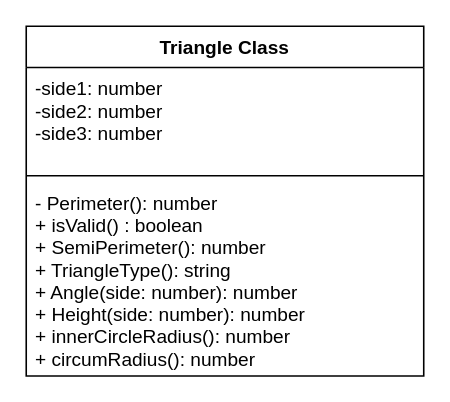
Before: Triangle.drawio in Seti-Ngabo/ics4u-assignment-03-typescript, a draw.io diagram. Source tidied: cells renumbered, new cells numbered last; positions are measured from the earlier drawing's top-left corner, leaving out a move shared by most shapes. Both pictures are drawn from the tidied source at 159%, with x=0, y=0 at pixel (25, 25).
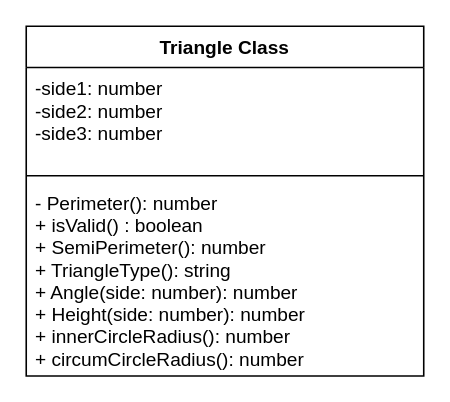
The same diagram, later.

Diff of the diagram source:
```diff
@@
 <mxGraphModel>
   <root>
     <mxCell id="0" />
     <mxCell id="1" parent="0" />
     <mxCell id="2" value="Triangle Class" style="swimlane;fontStyle=1;align=center;verticalAlign=top;horizontal=1;startSize=26;" parent="1" vertex="1">
       <mxGeometry width="250" height="220" as="geometry" />
     </mxCell>
     <mxCell id="3" value="-side1: number&#10;-side2: number&#10;-side3: number" style="text;strokeColor=none;fillColor=none;align=left;verticalAlign=top;spacingLeft=4;spacingRight=4;overflow=hidden;" parent="2" vertex="1">
       <mxGeometry y="26" width="250" height="64" as="geometry" />
     </mxCell>
     <mxCell id="4" style="line;strokeWidth=1;fillColor=none;align=left;verticalAlign=middle;spacingTop=-1;spacingLeft=3;spacingRight=3;labelPosition=right;" parent="2" vertex="1">
       <mxGeometry y="90" width="250" height="8" as="geometry" />
     </mxCell>
-    <mxCell id="5" value="- Perimeter(): number&#10;+ isValid() : boolean&#10;+ SemiPerimeter(): number&#10;+ TriangleType(): string&#10;+ Angle(side: number): number&#10;+ Height(side: number): number&#10;+ innerCircleRadius(): number&#10;+ circumRadius(): number&#10;" style="text;strokeColor=none;fillColor=none;align=left;verticalAlign=top;spacingLeft=4;spacingRight=4;overflow=hidden;" parent="2" vertex="1">
+    <mxCell id="5" value="- Perimeter(): number&#10;+ isValid() : boolean&#10;+ SemiPerimeter(): number&#10;+ TriangleType(): string&#10;+ Angle(side: number): number&#10;+ Height(side: number): number&#10;+ innerCircleRadius(): number&#10;+ circumCircleRadius(): number&#10;" style="text;strokeColor=none;fillColor=none;align=left;verticalAlign=top;spacingLeft=4;spacingRight=4;overflow=hidden;" parent="2" vertex="1">
       <mxGeometry y="98" width="250" height="122" as="geometry" />
     </mxCell>
   </root>
 </mxGraphModel>
```
